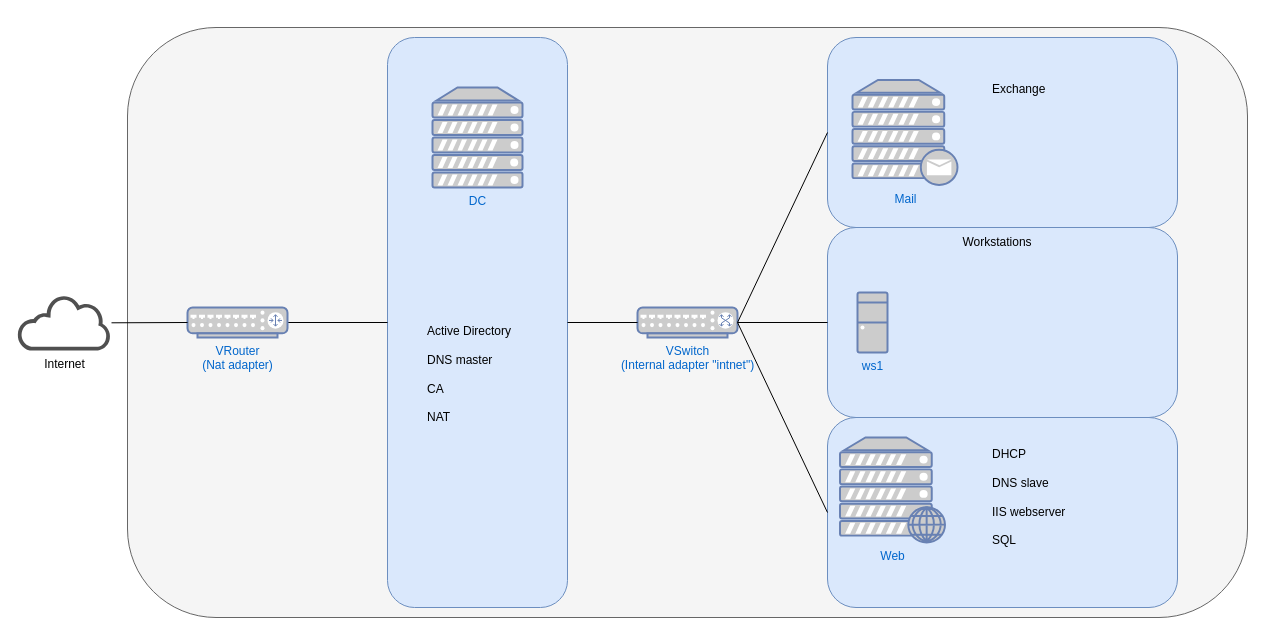
Above: Documentation/NetworkDiagran.drawio in UbeUyttendaele/WindowsServer2 (draw.io), before the change. Source tidied: cells renumbered, new cells numbered last; positions are measured from the earlier drawing's top-left corner, leaving out a move shared by most shapes. Both pictures are drawn from the tidied source at 100%, with x=0, y=0 at pixel (17, 27).
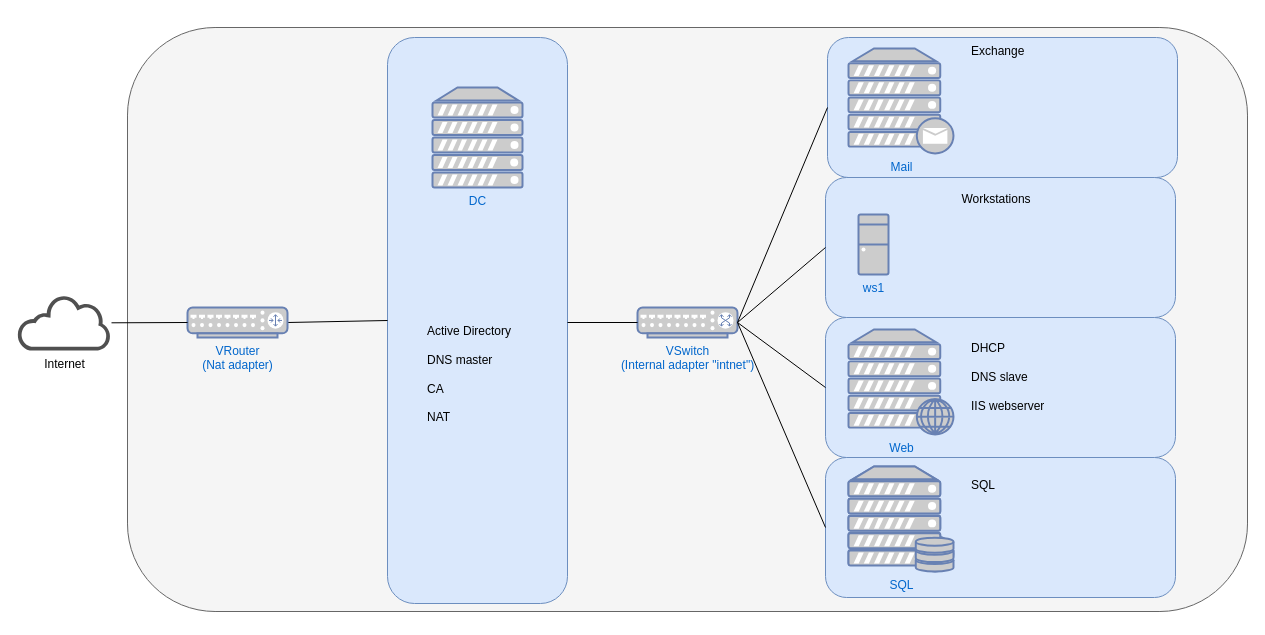
The same page after the edit.

The change refers to these unchanged cells:
```xml
<mxCell id="11" value="VSwitch&lt;br&gt;(Internal adapter &quot;intnet&quot;)" style="fontColor=#0066CC;verticalAlign=top;verticalLabelPosition=bottom;labelPosition=center;align=center;html=1;outlineConnect=0;fillColor=#CCCCCC;strokeColor=#6881B3;gradientColor=none;gradientDirection=north;strokeWidth=2;shape=mxgraph.networks.switch;" parent="1" vertex="1">
  <mxGeometry x="620" y="280" width="100" height="30" as="geometry" />
</mxCell>
```

The edit, as a diff of the source:
```diff
@@
     <mxCell id="2" style="rounded=1;whiteSpace=wrap;html=1;fillColor=#f5f5f5;fontColor=#333333;strokeColor=#666666;" parent="1" vertex="1">
-      <mxGeometry x="110" width="1120" height="590" as="geometry" />
+      <mxGeometry x="110" width="1120" height="584" as="geometry" />
     </mxCell>
     <mxCell id="3" style="rounded=1;whiteSpace=wrap;html=1;fillColor=#dae8fc;strokeColor=#6c8ebf;" parent="1" vertex="1">
-      <mxGeometry x="810" y="10" width="350" height="190" as="geometry" />
+      <mxGeometry x="810" y="10" width="350" height="140" as="geometry" />
     </mxCell>
     <mxCell id="4" style="rounded=1;whiteSpace=wrap;html=1;fillColor=#dae8fc;strokeColor=#6c8ebf;" parent="1" vertex="1">
-      <mxGeometry x="370" y="10" width="180" height="570" as="geometry" />
+      <mxGeometry x="370" y="10" width="180" height="566" as="geometry" />
     </mxCell>
     <mxCell id="5" value="Mail" style="fontColor=#0066CC;verticalAlign=top;verticalLabelPosition=bottom;labelPosition=center;align=center;html=1;fillColor=#CCCCCC;strokeColor=#6881B3;gradientColor=none;gradientDirection=north;strokeWidth=2;shape=mxgraph.networks.mail_server;" parent="1" vertex="1">
-      <mxGeometry x="835" y="52.5" width="105" height="105" as="geometry" />
+      <mxGeometry x="831" y="21" width="105" height="105" as="geometry" />
     </mxCell>
     <mxCell id="6" style="rounded=1;whiteSpace=wrap;html=1;fillColor=#dae8fc;strokeColor=#6c8ebf;" parent="1" vertex="1">
-      <mxGeometry x="810" y="200" width="350" height="190" as="geometry" />
+      <mxGeometry x="808" y="150" width="350" height="140" as="geometry" />
     </mxCell>
@@
     <mxCell id="8" style="rounded=1;whiteSpace=wrap;html=1;fillColor=#dae8fc;strokeColor=#6c8ebf;" parent="1" vertex="1">
-      <mxGeometry x="810" y="390" width="350" height="190" as="geometry" />
+      <mxGeometry x="808" y="290" width="350" height="140" as="geometry" />
     </mxCell>
     <mxCell id="9" value="ws1" style="fontColor=#0066CC;verticalAlign=top;verticalLabelPosition=bottom;labelPosition=center;align=center;html=1;fillColor=#CCCCCC;strokeColor=#6881B3;gradientColor=none;gradientDirection=north;strokeWidth=2;shape=mxgraph.networks.desktop_pc;" parent="1" vertex="1">
-      <mxGeometry x="840" y="265" width="30" height="60" as="geometry" />
+      <mxGeometry x="841" y="187" width="30" height="60" as="geometry" />
     </mxCell>
     <mxCell id="10" value="Web" style="fontColor=#0066CC;verticalAlign=top;verticalLabelPosition=bottom;labelPosition=center;align=center;html=1;fillColor=#CCCCCC;strokeColor=#6881B3;gradientColor=none;gradientDirection=north;strokeWidth=2;shape=mxgraph.networks.web_server;" parent="1" vertex="1">
-      <mxGeometry x="822.5" y="410" width="105" height="105" as="geometry" />
+      <mxGeometry x="831" y="302" width="105" height="105" as="geometry" />
     </mxCell>
@@
     <mxCell id="17" value="Workstations" style="text;html=1;strokeColor=none;fillColor=none;align=center;verticalAlign=middle;whiteSpace=wrap;rounded=0;fontColor=#000000;" parent="1" vertex="1">
-      <mxGeometry x="950" y="200" width="60" height="30" as="geometry" />
+      <mxGeometry x="949" y="157" width="60" height="30" as="geometry" />
     </mxCell>
     <mxCell id="18" value="&lt;h1 style=&quot;text-align: center;&quot;&gt;&lt;span style=&quot;font-size: 12px; font-weight: 400;&quot;&gt;Exchange&lt;/span&gt;&lt;/h1&gt;" style="text;html=1;strokeColor=none;fillColor=none;spacing=5;spacingTop=-20;whiteSpace=wrap;overflow=hidden;rounded=0;" parent="1" vertex="1">
-      <mxGeometry x="970" y="37.5" width="110" height="120" as="geometry" />
+      <mxGeometry x="949" width="110" height="120" as="geometry" />
     </mxCell>
-    <mxCell id="19" value="&lt;h1&gt;&lt;span style=&quot;font-size: 12px; font-weight: 400; text-align: center;&quot;&gt;DHCP&lt;/span&gt;&lt;br style=&quot;font-size: 12px; font-weight: 400; text-align: center;&quot;&gt;&lt;span style=&quot;font-size: 12px; font-weight: 400; text-align: center;&quot;&gt;DNS slave&lt;/span&gt;&lt;br style=&quot;font-size: 12px; font-weight: 400; text-align: center;&quot;&gt;&lt;span style=&quot;font-size: 12px; font-weight: 400; text-align: center;&quot;&gt;IIS webserver&lt;/span&gt;&lt;br style=&quot;font-size: 12px; font-weight: 400; text-align: center;&quot;&gt;&lt;span style=&quot;font-size: 12px; font-weight: 400; text-align: center;&quot;&gt;SQL&lt;/span&gt;&lt;br&gt;&lt;/h1&gt;" style="text;html=1;strokeColor=none;fillColor=none;spacing=5;spacingTop=-20;whiteSpace=wrap;overflow=hidden;rounded=0;" parent="1" vertex="1">
-      <mxGeometry x="970" y="402.5" width="110" height="120" as="geometry" />
+    <mxCell id="19" value="&lt;h1&gt;&lt;span style=&quot;font-size: 12px; font-weight: 400; text-align: center;&quot;&gt;DHCP&lt;/span&gt;&lt;br style=&quot;font-size: 12px; font-weight: 400; text-align: center;&quot;&gt;&lt;span style=&quot;font-size: 12px; font-weight: 400; text-align: center;&quot;&gt;DNS slave&lt;/span&gt;&lt;br style=&quot;font-size: 12px; font-weight: 400; text-align: center;&quot;&gt;&lt;span style=&quot;font-size: 12px; font-weight: 400; text-align: center;&quot;&gt;IIS webserver&lt;/span&gt;&lt;br&gt;&lt;/h1&gt;" style="text;html=1;strokeColor=none;fillColor=none;spacing=5;spacingTop=-20;whiteSpace=wrap;overflow=hidden;rounded=0;" parent="1" vertex="1">
+      <mxGeometry x="949" y="297" width="110" height="120" as="geometry" />
     </mxCell>
@@
+    <mxCell id="24" style="rounded=1;whiteSpace=wrap;html=1;fillColor=#dae8fc;strokeColor=#6c8ebf;" parent="1" vertex="1">
+      <mxGeometry x="808" y="430" width="350" height="140" as="geometry" />
+    </mxCell>
+    <mxCell id="25" value="SQL" style="fontColor=#0066CC;verticalAlign=top;verticalLabelPosition=bottom;labelPosition=center;align=center;html=1;fillColor=#CCCCCC;strokeColor=#6881B3;gradientColor=none;gradientDirection=north;strokeWidth=2;shape=mxgraph.networks.web_server;" parent="1" vertex="1">
+      <mxGeometry x="831" y="439" width="105" height="105" as="geometry" />
+    </mxCell>
+    <mxCell id="26" style="endArrow=none;html=1;rounded=0;entryX=0;entryY=0.5;entryDx=0;entryDy=0;exitX=1;exitY=0.5;exitDx=0;exitDy=0;exitPerimeter=0;" parent="1" edge="1" source="11" target="24">
+      <mxGeometry relative="1" as="geometry" />
+    </mxCell>
+    <mxCell id="27" value="&lt;h1 style=&quot;text-align: center;&quot;&gt;&lt;span style=&quot;font-size: 12px; font-weight: 400;&quot;&gt;SQL&lt;/span&gt;&lt;/h1&gt;" style="text;html=1;strokeColor=none;fillColor=none;spacing=5;spacingTop=-20;whiteSpace=wrap;overflow=hidden;rounded=0;" parent="1" vertex="1">
+      <mxGeometry x="949" y="434" width="110" height="120" as="geometry" />
+    </mxCell>
+    <mxCell id="28" style="fontColor=#0066CC;verticalAlign=top;verticalLabelPosition=bottom;labelPosition=center;align=center;html=1;fillColor=#CCCCCC;strokeColor=#6881B3;gradientColor=none;gradientDirection=north;strokeWidth=2;shape=mxgraph.networks.server_storage;" parent="1" vertex="1">
+      <mxGeometry x="831" y="439" width="105" height="105" as="geometry" />
+    </mxCell>
```
